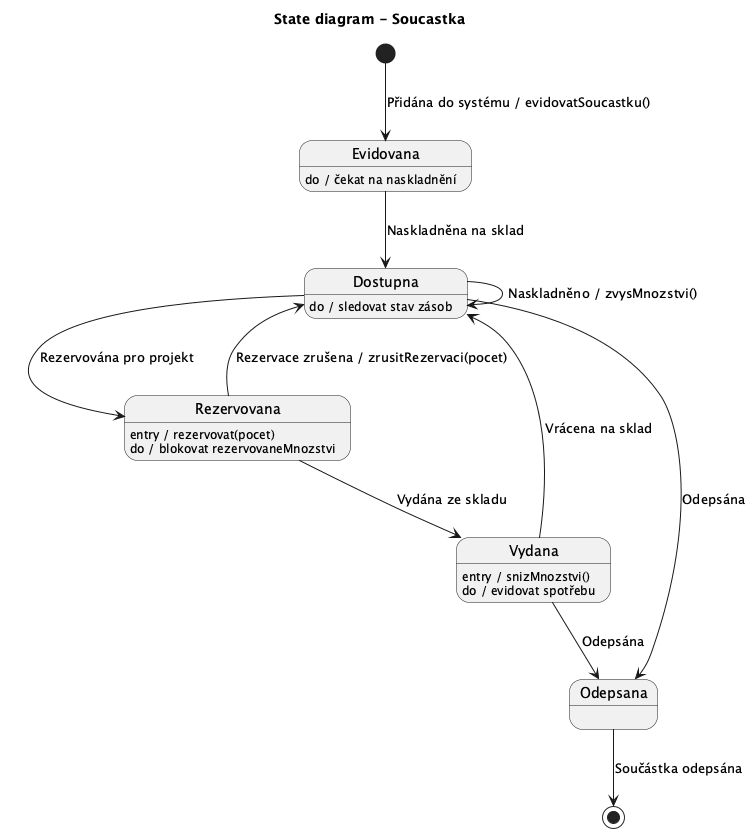
This is docs/images/10_state_soucastka_projekt.png from lkvapil/wms-elektronicke-soucastky, a PlantUML export, as it was before one commit.
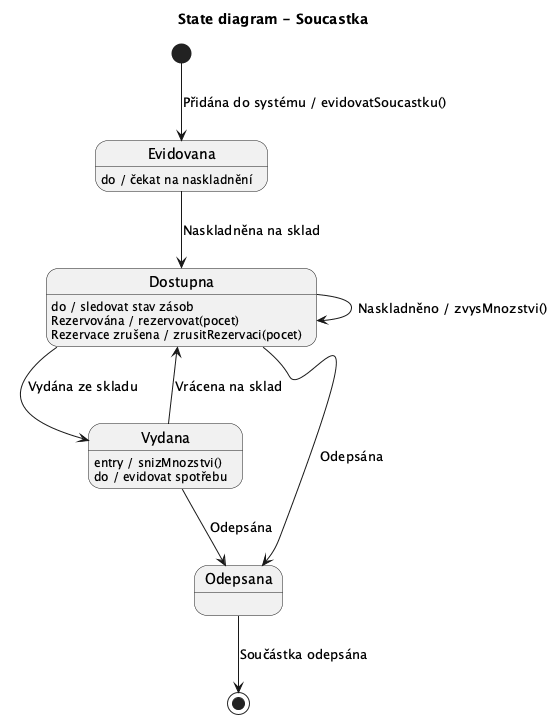
Later version of the same file.

Commit message:
Soucastka – zrušen stav Rezervovana, rezervace jako interní přechod

Diff of the diagram source:
```diff
@@ -9,14 +9,11 @@
 Evidovana --> Dostupna : Naskladněna na sklad
 
 Dostupna : do / sledovat stav zásob
+Dostupna : Rezervována / rezervovat(pocet)
+Dostupna : Rezervace zrušena / zrusitRezervaci(pocet)
 Dostupna --> Dostupna : Naskladněno / zvysMnozstvi()
-Dostupna --> Rezervovana : Rezervována pro projekt
+Dostupna --> Vydana : Vydána ze skladu
 Dostupna --> Odepsana : Odepsána
-
-Rezervovana : entry / rezervovat(pocet)
-Rezervovana : do / blokovat rezervovaneMnozstvi
-Rezervovana --> Dostupna : Rezervace zrušena / zrusitRezervaci(pocet)
-Rezervovana --> Vydana : Vydána ze skladu
 
 Vydana : entry / snizMnozstvi()
 Vydana : do / evidovat spotřebu
```
